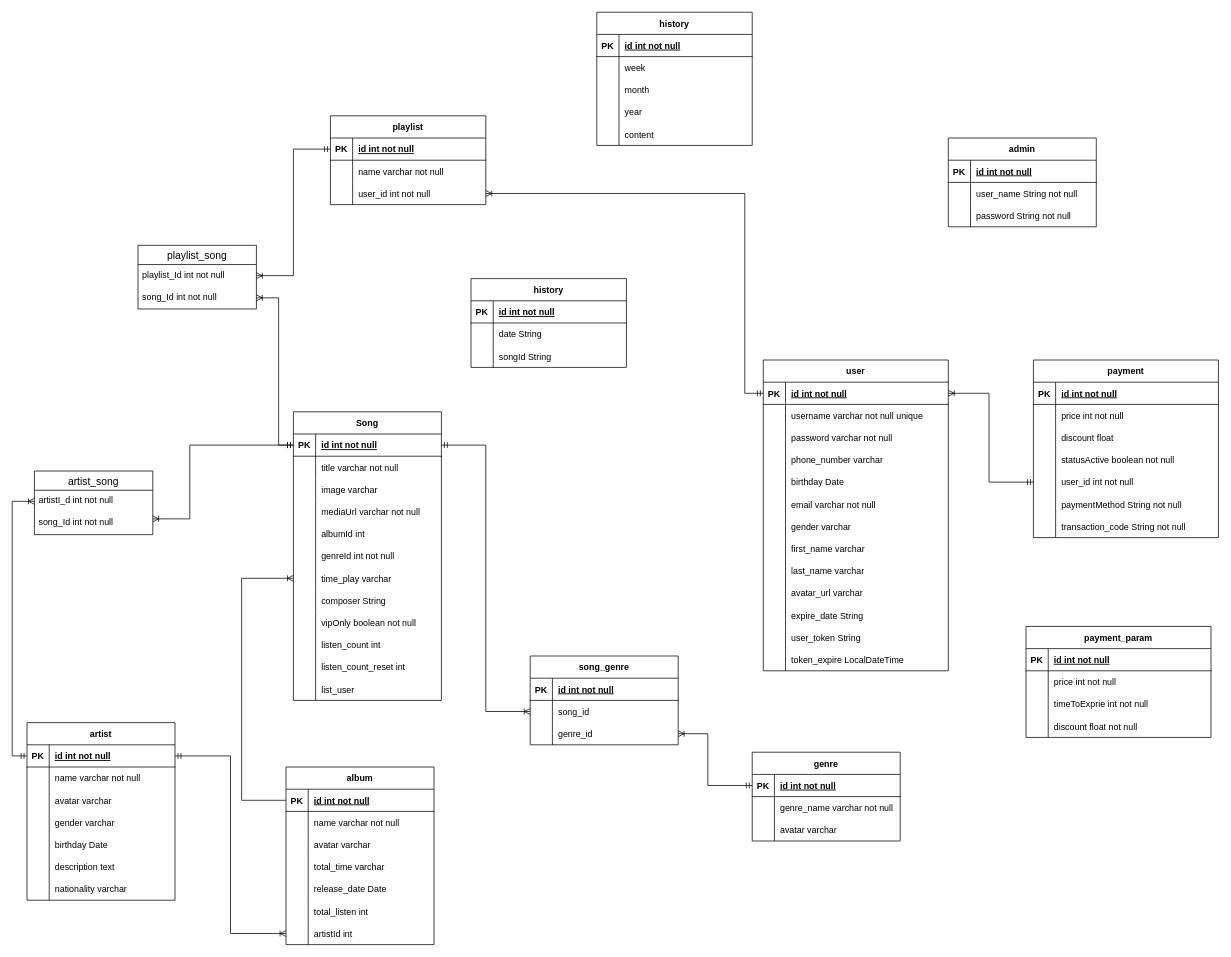
Before: page "mySQL" (1 of 2) of music_uml.drawio in cvb1994/Sem4-FinalProject, a draw.io diagram. Source tidied: cells renumbered, new cells numbered last; positions are measured from the earlier drawing's top-left corner, leaving out a move shared by most shapes. Both pictures are drawn from the tidied source at 74%, with x=0, y=0 at pixel (12, 12).
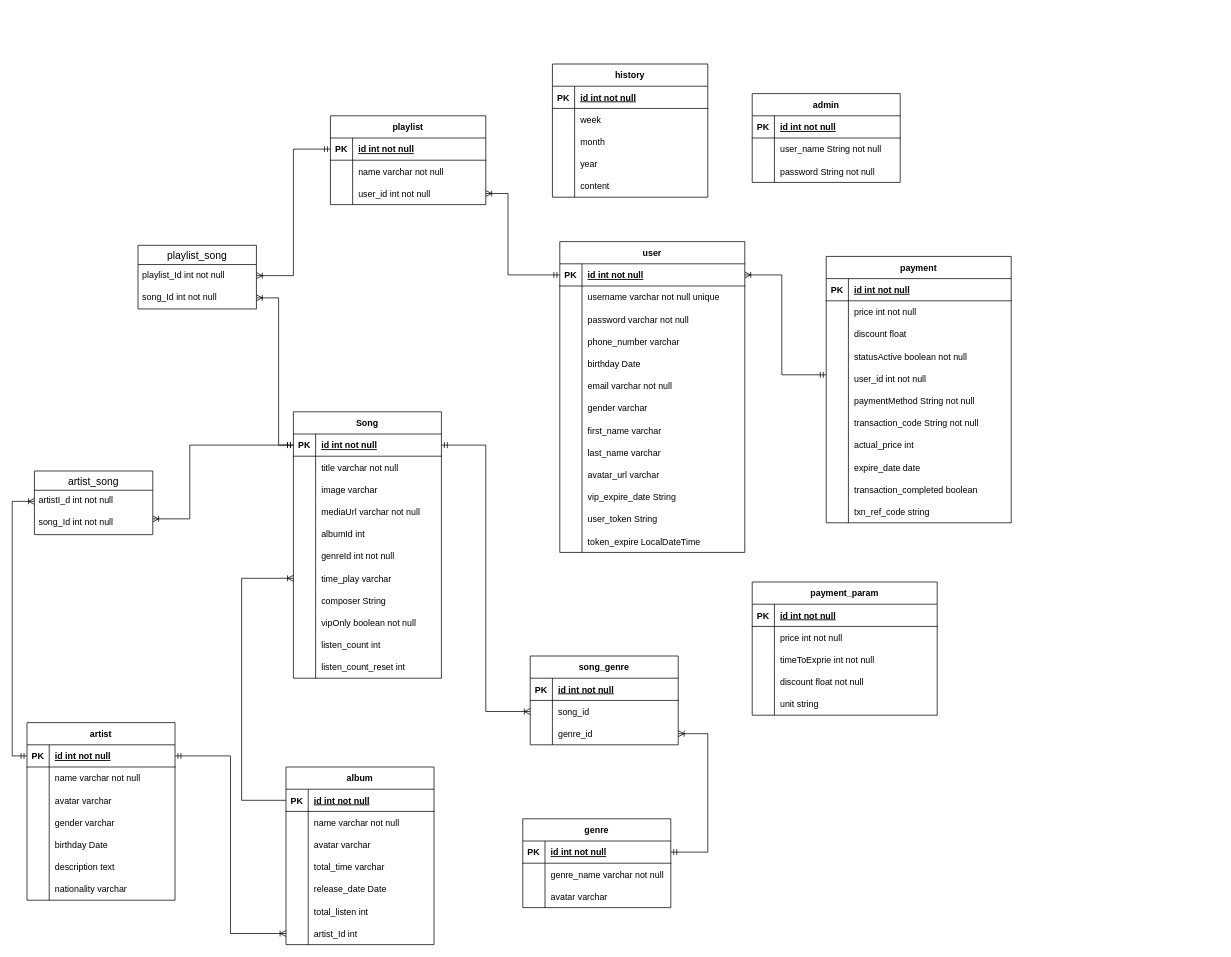
The same page after the edit.

Unchanged cells that the change refers to:
```xml
<mxCell id="58" style="shape=partialRectangle;fillColor=none;points=[[0,0.5],[1,0.5]];portConstraint=eastwest;top=0;left=0;right=0;bottom=0;" parent="39" vertex="1">
  <mxGeometry y="210" width="200" height="30" as="geometry" />
</mxCell>
<mxCell id="84" style="shape=partialRectangle;fillColor=none;points=[[0,0.5],[1,0.5]];portConstraint=eastwest;top=0;left=0;right=0;bottom=1;" parent="83" vertex="1">
  <mxGeometry y="30" width="200" height="30" as="geometry" />
</mxCell>
<mxCell id="94" style="shape=partialRectangle;fillColor=none;points=[[0,0.5],[1,0.5]];portConstraint=eastwest;top=0;left=0;right=0;bottom=1;" parent="93" vertex="1">
  <mxGeometry y="30" width="250" height="30" as="geometry" />
</mxCell>
<mxCell id="124" style="shape=partialRectangle;fillColor=none;top=0;left=0;right=0;bottom=0;" parent="93" vertex="1">
  <mxGeometry y="330" width="250" height="30" as="geometry" />
</mxCell>
<mxCell id="140" style="shape=partialRectangle;fillColor=none;points=[[0,0.5],[1,0.5]];portConstraint=eastwest;top=0;left=0;right=0;bottom=0;" parent="133" vertex="1">
  <mxGeometry y="90" width="210" height="30" as="geometry" />
</mxCell>
<mxCell id="169" style="shape=partialRectangle;fillColor=none;points=[[0,0.5],[1,0.5]];portConstraint=eastwest;top=0;left=0;right=0;bottom=0;" parent="156" vertex="1">
  <mxGeometry y="150" width="250" height="30" as="geometry" />
</mxCell>
<mxCell id="219" style="shape=partialRectangle;fillColor=none;points=[[0,0.5],[1,0.5]];portConstraint=eastwest;top=0;left=0;right=0;bottom=0;" parent="212" vertex="1">
  <mxGeometry y="90" width="200" height="30" as="geometry" />
</mxCell>
```

Change to the diagram source:
```diff
@@
     <mxCell id="2" value="Song" style="shape=table;startSize=30;childLayout=tableLayout;rowLines=0;fontStyle=1;align=center;" parent="1" vertex="1">
-      <mxGeometry x="380" y="540" width="200" height="390" as="geometry" />
+      <mxGeometry x="380" y="540" width="200" height="360" as="geometry" />
     </mxCell>
@@
-    <mxCell id="36" style="shape=partialRectangle;fillColor=none;top=0;left=0;right=0;bottom=0;" parent="2" vertex="1">
-      <mxGeometry y="360" width="200" height="30" as="geometry" />
-    </mxCell>
-    <mxCell id="37" style="shape=partialRectangle;overflow=hidden;fillColor=none;top=0;left=0;bottom=0;right=0;" parent="36" vertex="1">
-      <mxGeometry width="30" height="30" as="geometry" />
-    </mxCell>
-    <mxCell id="38" value="list_user" style="shape=partialRectangle;overflow=hidden;fillColor=none;top=0;left=0;bottom=0;right=0;align=left;spacingLeft=6;" parent="36" vertex="1">
-      <mxGeometry x="30" width="170" height="30" as="geometry" />
-    </mxCell>
@@
-    <mxCell id="60" value="artistId int" style="shape=partialRectangle;overflow=hidden;fillColor=none;top=0;left=0;bottom=0;right=0;align=left;spacingLeft=6;" parent="58" vertex="1">
+    <mxCell id="60" value="artist_Id int" style="shape=partialRectangle;overflow=hidden;fillColor=none;top=0;left=0;bottom=0;right=0;align=left;spacingLeft=6;" parent="58" vertex="1">
       <mxGeometry x="30" width="170" height="30" as="geometry" />
     </mxCell>
@@
     <mxCell id="83" value="genre" style="shape=table;startSize=30;childLayout=tableLayout;rowLines=0;fontStyle=1;align=center;" parent="1" vertex="1">
-      <mxGeometry x="1000" y="1000" width="200" height="120" as="geometry" />
+      <mxGeometry x="690" y="1090" width="200" height="120" as="geometry" />
     </mxCell>
@@
     <mxCell id="93" value="user" style="shape=table;startSize=30;childLayout=tableLayout;rowLines=0;fontStyle=1;align=center;" parent="1" vertex="1">
-      <mxGeometry x="1015" y="470" width="250" height="420" as="geometry" />
+      <mxGeometry x="740" y="310" width="250" height="420" as="geometry" />
     </mxCell>
@@
-    <mxCell id="126" value="expire_date String " style="shape=partialRectangle;overflow=hidden;fillColor=none;top=0;left=0;bottom=0;right=0;align=left;spacingLeft=6;" parent="124" vertex="1">
+    <mxCell id="126" value="vip_expire_date String " style="shape=partialRectangle;overflow=hidden;fillColor=none;top=0;left=0;bottom=0;right=0;align=left;spacingLeft=6;" parent="124" vertex="1">
       <mxGeometry x="30" width="220" height="30" as="geometry" />
     </mxCell>
@@
     <mxCell id="155" style="endArrow=ERoneToMany;html=1;rounded=0;startArrow=ERmandOne;startFill=0;endFill=0;exitX=0;exitY=0.5;exitDx=0;exitDy=0;entryX=1;entryY=0.5;entryDx=0;entryDy=0;edgeStyle=orthogonalEdgeStyle;elbow=vertical;" parent="1" edge="1" source="94" target="140">
       <mxGeometry relative="1" as="geometry">
         <Array as="points">
-          <mxPoint x="990" y="515" />
-          <mxPoint x="990" y="245" />
+          <mxPoint x="670" y="355" />
+          <mxPoint x="670" y="245" />
         </Array>
       </mxGeometry>
     </mxCell>
     <mxCell id="156" value="payment" style="shape=table;startSize=30;childLayout=tableLayout;rowLines=0;fontStyle=1;align=center;" parent="1" vertex="1">
-      <mxGeometry x="1380" y="470" width="250" height="240" as="geometry" />
+      <mxGeometry x="1100" y="330" width="250" height="360" as="geometry" />
     </mxCell>
@@
+    <mxCell id="240" style="shape=partialRectangle;fillColor=none;top=0;left=0;right=0;bottom=0;" parent="156" vertex="1">
+      <mxGeometry y="240" width="250" height="30" as="geometry" />
+    </mxCell>
+    <mxCell id="241" style="shape=partialRectangle;overflow=hidden;fillColor=none;top=0;left=0;bottom=0;right=0;" parent="240" vertex="1">
+      <mxGeometry width="30" height="30" as="geometry" />
+    </mxCell>
+    <mxCell id="242" value="actual_price int   " style="shape=partialRectangle;overflow=hidden;fillColor=none;top=0;left=0;bottom=0;right=0;align=left;spacingLeft=6;" parent="240" vertex="1">
+      <mxGeometry x="30" width="220" height="30" as="geometry" />
+    </mxCell>
+    <mxCell id="243" style="shape=partialRectangle;fillColor=none;top=0;left=0;right=0;bottom=0;" parent="156" vertex="1">
+      <mxGeometry y="270" width="250" height="30" as="geometry" />
+    </mxCell>
+    <mxCell id="244" style="shape=partialRectangle;overflow=hidden;fillColor=none;top=0;left=0;bottom=0;right=0;" parent="243" vertex="1">
+      <mxGeometry width="30" height="30" as="geometry" />
+    </mxCell>
+    <mxCell id="245" value="expire_date date" style="shape=partialRectangle;overflow=hidden;fillColor=none;top=0;left=0;bottom=0;right=0;align=left;spacingLeft=6;" parent="243" vertex="1">
+      <mxGeometry x="30" width="220" height="30" as="geometry" />
+    </mxCell>
+    <mxCell id="246" style="shape=partialRectangle;fillColor=none;top=0;left=0;right=0;bottom=0;" parent="156" vertex="1">
+      <mxGeometry y="300" width="250" height="30" as="geometry" />
+    </mxCell>
+    <mxCell id="247" style="shape=partialRectangle;overflow=hidden;fillColor=none;top=0;left=0;bottom=0;right=0;" parent="246" vertex="1">
+      <mxGeometry width="30" height="30" as="geometry" />
+    </mxCell>
+    <mxCell id="248" value="transaction_completed boolean" style="shape=partialRectangle;overflow=hidden;fillColor=none;top=0;left=0;bottom=0;right=0;align=left;spacingLeft=6;" parent="246" vertex="1">
+      <mxGeometry x="30" width="220" height="30" as="geometry" />
+    </mxCell>
+    <mxCell id="249" style="shape=partialRectangle;fillColor=none;top=0;left=0;right=0;bottom=0;" parent="156" vertex="1">
+      <mxGeometry y="330" width="250" height="30" as="geometry" />
+    </mxCell>
+    <mxCell id="250" style="shape=partialRectangle;overflow=hidden;fillColor=none;top=0;left=0;bottom=0;right=0;" parent="249" vertex="1">
+      <mxGeometry width="30" height="30" as="geometry" />
+    </mxCell>
+    <mxCell id="251" value="txn_ref_code string" style="shape=partialRectangle;overflow=hidden;fillColor=none;top=0;left=0;bottom=0;right=0;align=left;spacingLeft=6;" parent="249" vertex="1">
+      <mxGeometry x="30" width="220" height="30" as="geometry" />
+    </mxCell>
     <mxCell id="178" value="payment_param" style="shape=table;startSize=30;childLayout=tableLayout;rowLines=0;fontStyle=1;align=center;" parent="1" vertex="1">
-      <mxGeometry x="1370" y="830" width="250" height="150" as="geometry" />
+      <mxGeometry x="1000" y="770" width="250" height="180" as="geometry" />
     </mxCell>
@@
+    <mxCell id="252" style="shape=partialRectangle;fillColor=none;top=0;left=0;right=0;bottom=0;" parent="178" vertex="1">
+      <mxGeometry y="150" width="250" height="30" as="geometry" />
+    </mxCell>
+    <mxCell id="253" style="shape=partialRectangle;overflow=hidden;fillColor=none;top=0;left=0;bottom=0;right=0;" parent="252" vertex="1">
+      <mxGeometry width="30" height="30" as="geometry" />
+    </mxCell>
+    <mxCell id="254" value="unit string" style="shape=partialRectangle;overflow=hidden;fillColor=none;top=0;left=0;bottom=0;right=0;align=left;spacingLeft=6;" parent="252" vertex="1">
+      <mxGeometry x="30" width="220" height="30" as="geometry" />
+    </mxCell>
-    <mxCell id="191" style="endArrow=ERoneToMany;html=1;rounded=0;startArrow=ERmandOne;startFill=0;endFill=0;exitX=0;exitY=0.5;exitDx=0;exitDy=0;edgeStyle=orthogonalEdgeStyle;elbow=vertical;entryX=1;entryY=0.5;entryDx=0;entryDy=0;" parent="1" edge="1" source="169" target="94">
+    <mxCell id="191" style="endArrow=ERoneToMany;html=1;rounded=0;startArrow=ERmandOne;startFill=0;endFill=0;exitX=0;exitY=0.333;exitDx=0;exitDy=0;edgeStyle=orthogonalEdgeStyle;elbow=vertical;entryX=1;entryY=0.5;entryDx=0;entryDy=0;exitPerimeter=0;" parent="1" edge="1" source="169" target="94">
       <mxGeometry relative="1" as="geometry">
         <Array as="points">
-          <mxPoint x="1320" y="635" />
-          <mxPoint x="1320" y="515" />
+          <mxPoint x="1040" y="490" />
+          <mxPoint x="1040" y="355" />
         </Array>
       </mxGeometry>
     </mxCell>
     <mxCell id="192" value="admin" style="shape=table;startSize=30;childLayout=tableLayout;rowLines=0;fontStyle=1;align=center;" parent="1" vertex="1">
-      <mxGeometry x="1265" y="170" width="200" height="120" as="geometry" />
+      <mxGeometry x="1000" y="110" width="200" height="120" as="geometry" />
     </mxCell>
@@
-    <mxCell id="202" value="history" style="shape=table;startSize=30;childLayout=tableLayout;rowLines=0;fontStyle=1;align=center;" parent="1" vertex="1">
-      <mxGeometry x="620" y="360" width="210" height="120" as="geometry" />
-    </mxCell>
-    <mxCell id="203" style="shape=partialRectangle;fillColor=none;top=0;left=0;right=0;bottom=1;" parent="202" vertex="1">
-      <mxGeometry y="30" width="210" height="30" as="geometry" />
-    </mxCell>
-    <mxCell id="204" value="PK" style="shape=partialRectangle;overflow=hidden;fillColor=none;top=0;left=0;bottom=0;right=0;fontStyle=1;" parent="203" vertex="1">
-      <mxGeometry width="30" height="30" as="geometry" />
-    </mxCell>
-    <mxCell id="205" value="id int not null" style="shape=partialRectangle;overflow=hidden;fillColor=none;top=0;left=0;bottom=0;right=0;align=left;spacingLeft=6;fontStyle=5;" parent="203" vertex="1">
-      <mxGeometry x="30" width="180" height="30" as="geometry" />
-    </mxCell>
-    <mxCell id="206" style="shape=partialRectangle;fillColor=none;top=0;left=0;right=0;bottom=0;" parent="202" vertex="1">
-      <mxGeometry y="60" width="210" height="30" as="geometry" />
-    </mxCell>
-    <mxCell id="207" style="shape=partialRectangle;overflow=hidden;fillColor=none;top=0;left=0;bottom=0;right=0;" parent="206" vertex="1">
-      <mxGeometry width="30" height="30" as="geometry" />
-    </mxCell>
-    <mxCell id="208" value="date String" style="shape=partialRectangle;overflow=hidden;fillColor=none;top=0;left=0;bottom=0;right=0;align=left;spacingLeft=6;" parent="206" vertex="1">
-      <mxGeometry x="30" width="180" height="30" as="geometry" />
-    </mxCell>
-    <mxCell id="209" style="shape=partialRectangle;fillColor=none;top=0;left=0;right=0;bottom=0;" parent="202" vertex="1">
-      <mxGeometry y="90" width="210" height="30" as="geometry" />
-    </mxCell>
-    <mxCell id="210" style="shape=partialRectangle;overflow=hidden;fillColor=none;top=0;left=0;bottom=0;right=0;" parent="209" vertex="1">
-      <mxGeometry width="30" height="30" as="geometry" />
-    </mxCell>
-    <mxCell id="211" value="songId String" style="shape=partialRectangle;overflow=hidden;fillColor=none;top=0;left=0;bottom=0;right=0;align=left;spacingLeft=6;" parent="209" vertex="1">
-      <mxGeometry x="30" width="180" height="30" as="geometry" />
-    </mxCell>
@@
-    <mxCell id="222" style="endArrow=ERoneToMany;html=1;rounded=0;startArrow=ERmandOne;startFill=0;endFill=0;exitX=0;exitY=0.5;exitDx=0;exitDy=0;entryX=1;entryY=0.5;entryDx=0;entryDy=0;edgeStyle=orthogonalEdgeStyle;elbow=vertical;" parent="1" edge="1" source="84" target="219">
+    <mxCell id="222" style="endArrow=ERoneToMany;html=1;rounded=0;startArrow=ERmandOne;startFill=0;endFill=0;exitX=1;exitY=0.5;exitDx=0;exitDy=0;entryX=1;entryY=0.5;entryDx=0;entryDy=0;edgeStyle=orthogonalEdgeStyle;elbow=vertical;" parent="1" edge="1" source="84" target="219">
       <mxGeometry relative="1" as="geometry">
         <Array as="points">
-          <mxPoint x="940" y="1045" />
+          <mxPoint x="940" y="1135" />
           <mxPoint x="940" y="975" />
         </Array>
       </mxGeometry>
     </mxCell>
@@
     <mxCell id="224" value="history" style="shape=table;startSize=30;childLayout=tableLayout;rowLines=0;fontStyle=1;align=center;" parent="1" vertex="1">
-      <mxGeometry x="790" width="210" height="180" as="geometry" />
+      <mxGeometry x="730" y="70" width="210" height="180" as="geometry" />
     </mxCell>
```
